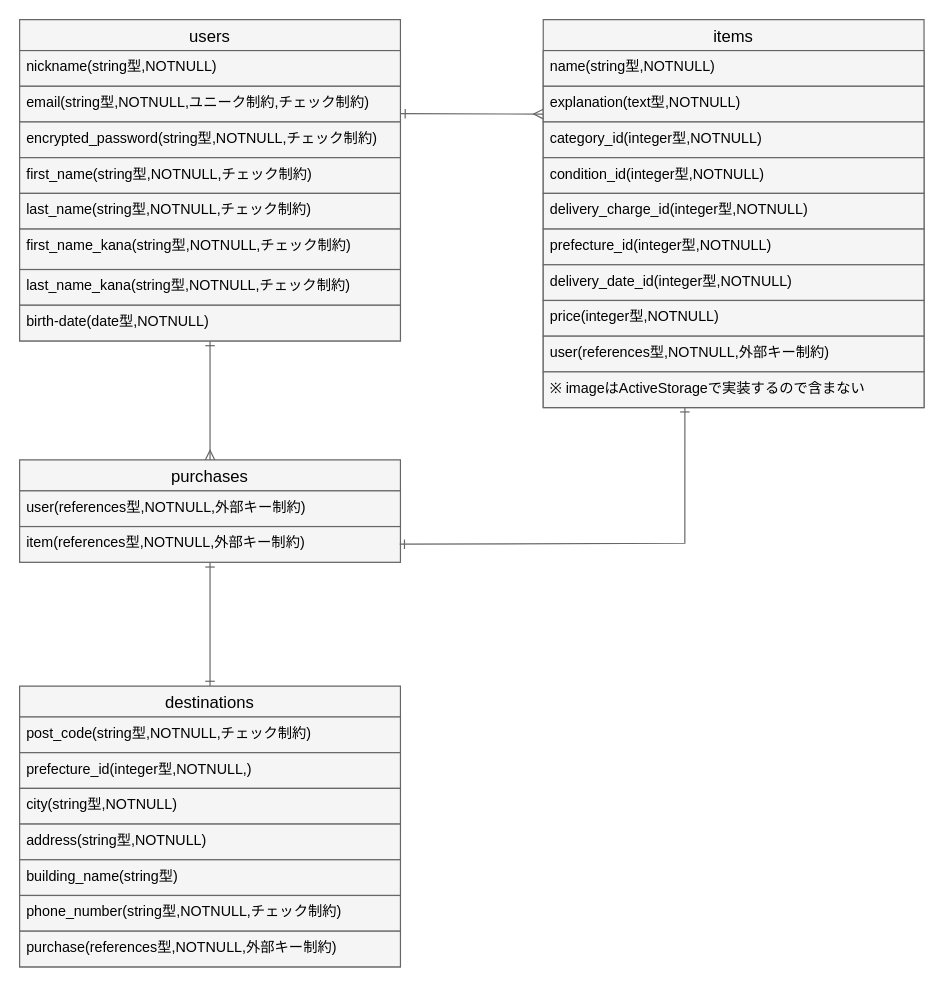
Above: furima.dio in genkikonno/furima-37489 (draw.io), before the change. Source tidied: cells renumbered, new cells numbered last; positions are measured from the earlier drawing's top-left corner, leaving out a move shared by most shapes. Both pictures are drawn from the tidied source at 119%, with x=0, y=0 at pixel (19, 19).
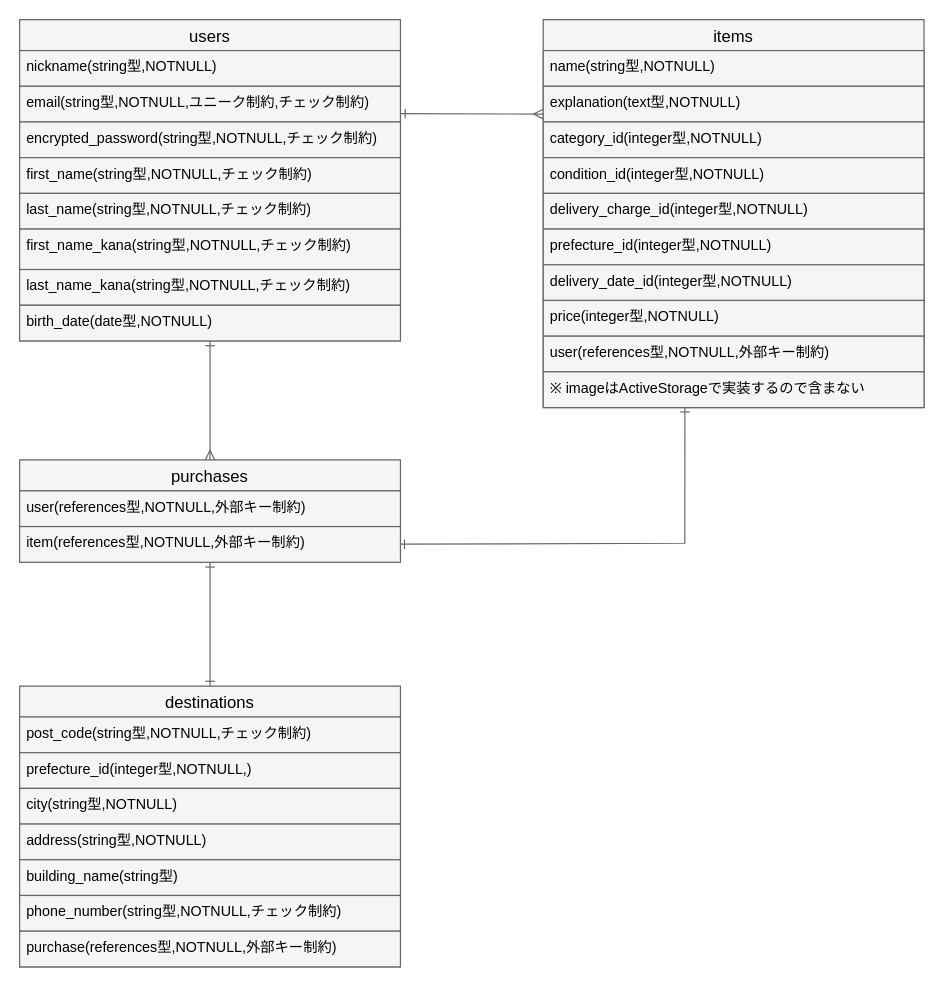
Above is the later version.

The change refers to these unchanged cells:
```xml
<mxCell id="2" value="users" style="swimlane;fontStyle=0;horizontal=1;startSize=26;align=center;fontSize=14;fillColor=#f5f5f5;strokeColor=#666666;fontColor=#000000;" parent="1" vertex="1">
  <mxGeometry width="320" height="270" as="geometry" />
</mxCell>
```

Change to the diagram source:
```diff
@@
-    <mxCell id="10" value="birth-date(date型,NOTNULL)" style="text;strokeColor=#666666;fillColor=#f5f5f5;spacingLeft=4;spacingRight=4;overflow=hidden;fontSize=12;fontColor=#000000;" parent="2" vertex="1">
+    <mxCell id="10" value="birth_date(date型,NOTNULL)" style="text;strokeColor=#666666;fillColor=#f5f5f5;spacingLeft=4;spacingRight=4;overflow=hidden;fontSize=12;fontColor=#000000;" parent="2" vertex="1">
       <mxGeometry y="240" width="320" height="30" as="geometry" />
     </mxCell>
```
